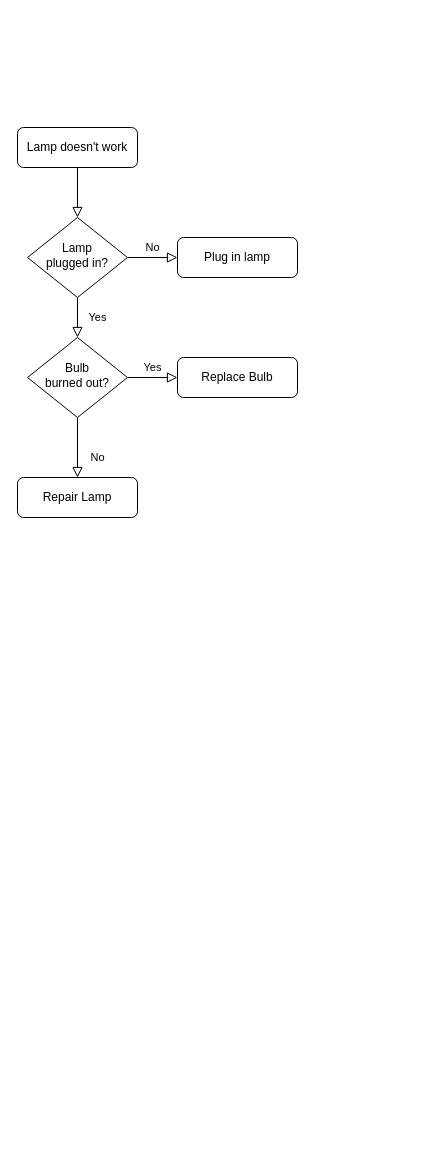
wi22215/Software-Engineering-Giesbrecht keeps this draw.io diagram as diagrams/AktivitätsUML.drawio. Above is the earlier version. Source tidied: cells renumbered, new cells numbered last; positions are measured from the earlier drawing's top-left corner, leaving out a move shared by most shapes. Both pictures are drawn from the tidied source at 100%, with x=0, y=0 at pixel (17, 127).
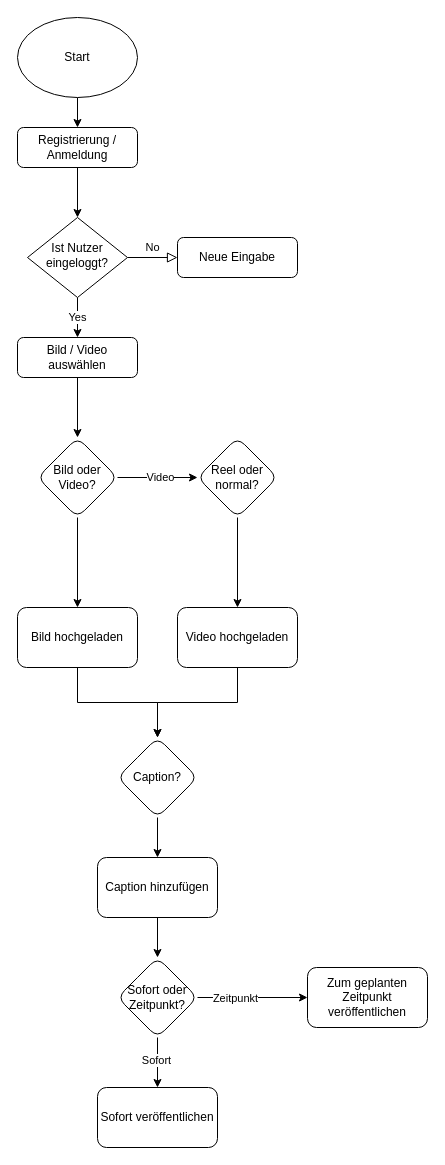
After the change.

What changed in the source:
```diff
@@
-    <mxCell id="2" style="rounded=0;html=1;jettySize=auto;fontSize=11;endArrow=block;endFill=0;endSize=8;strokeWidth=1;shadow=0;labelBackgroundColor=none;edgeStyle=orthogonalEdgeStyle;" parent="1" edge="1" source="3" target="6">
+    <mxCell id="2" style="edgeStyle=orthogonalEdgeStyle;rounded=0;jettySize=auto;html=1;" parent="1" edge="1" source="3" target="6">
       <mxGeometry relative="1" as="geometry" />
     </mxCell>
-    <mxCell id="3" value="Lamp doesn't work" style="rounded=1;whiteSpace=wrap;html=1;fontSize=12;glass=0;strokeWidth=1;shadow=0;" parent="1" vertex="1">
+    <mxCell id="3" value="Registrierung / Anmeldung" style="rounded=1;whiteSpace=wrap;html=1;fontSize=12;glass=0;strokeWidth=1;shadow=0;" parent="1" vertex="1">
       <mxGeometry width="120" height="40" as="geometry" />
     </mxCell>
-    <mxCell id="4" value="Yes" style="rounded=0;html=1;jettySize=auto;fontSize=11;endArrow=block;endFill=0;endSize=8;strokeWidth=1;shadow=0;labelBackgroundColor=none;edgeStyle=orthogonalEdgeStyle;" parent="1" edge="1" source="6" target="10">
-      <mxGeometry y="20" relative="1" as="geometry" />
-    </mxCell>
@@
+    <mxCell id="13" value="Yes" style="edgeStyle=orthogonalEdgeStyle;rounded=0;jettySize=auto;html=1;" parent="1" edge="1" source="6" target="12">
+      <mxGeometry relative="1" as="geometry" />
+    </mxCell>
-    <mxCell id="6" value="Lamp&lt;br&gt;plugged in?" style="rhombus;whiteSpace=wrap;html=1;shadow=0;fontFamily=Helvetica;fontSize=12;align=center;strokeWidth=1;spacing=6;spacingTop=-4;" parent="1" vertex="1">
+    <mxCell id="6" value="Ist Nutzer eingeloggt?" style="rhombus;whiteSpace=wrap;html=1;shadow=0;fontFamily=Helvetica;fontSize=12;align=center;strokeWidth=1;spacing=6;spacingTop=-4;" parent="1" vertex="1">
       <mxGeometry x="10" y="90" width="100" height="80" as="geometry" />
     </mxCell>
-    <mxCell id="7" value="Plug in lamp" style="rounded=1;whiteSpace=wrap;html=1;fontSize=12;glass=0;strokeWidth=1;shadow=0;" parent="1" vertex="1">
+    <mxCell id="7" value="Neue Eingabe" style="rounded=1;whiteSpace=wrap;html=1;fontSize=12;glass=0;strokeWidth=1;shadow=0;" parent="1" vertex="1">
       <mxGeometry x="160" y="110" width="120" height="40" as="geometry" />
     </mxCell>
-    <mxCell id="8" value="No" style="rounded=0;html=1;jettySize=auto;fontSize=11;endArrow=block;endFill=0;endSize=8;strokeWidth=1;shadow=0;labelBackgroundColor=none;edgeStyle=orthogonalEdgeStyle;" parent="1" edge="1" source="10" target="11">
-      <mxGeometry x="0.33" y="20" relative="1" as="geometry" />
-    </mxCell>
-    <mxCell id="9" value="Yes" style="edgeStyle=orthogonalEdgeStyle;rounded=0;html=1;jettySize=auto;fontSize=11;endArrow=block;endFill=0;endSize=8;strokeWidth=1;shadow=0;labelBackgroundColor=none;" parent="1" edge="1" source="10" target="12">
-      <mxGeometry y="10" relative="1" as="geometry" />
-    </mxCell>
-    <mxCell id="10" value="Bulb&lt;br&gt;burned out?" style="rhombus;whiteSpace=wrap;html=1;shadow=0;fontFamily=Helvetica;fontSize=12;align=center;strokeWidth=1;spacing=6;spacingTop=-4;" parent="1" vertex="1">
-      <mxGeometry x="10" y="210" width="100" height="80" as="geometry" />
-    </mxCell>
-    <mxCell id="11" value="Repair Lamp" style="rounded=1;whiteSpace=wrap;html=1;fontSize=12;glass=0;strokeWidth=1;shadow=0;" parent="1" vertex="1">
-      <mxGeometry y="350" width="120" height="40" as="geometry" />
-    </mxCell>
+    <mxCell id="14" style="edgeStyle=orthogonalEdgeStyle;rounded=0;jettySize=auto;html=1;" parent="1" edge="1" source="12" target="20">
+      <mxGeometry relative="1" as="geometry" />
+    </mxCell>
-    <mxCell id="12" value="Replace Bulb" style="rounded=1;whiteSpace=wrap;html=1;fontSize=12;glass=0;strokeWidth=1;shadow=0;" parent="1" vertex="1">
-      <mxGeometry x="160" y="230" width="120" height="40" as="geometry" />
+    <mxCell id="12" value="Bild / Video auswählen" style="rounded=1;whiteSpace=wrap;html=1;fontSize=12;glass=0;strokeWidth=1;shadow=0;" parent="1" vertex="1">
+      <mxGeometry y="210" width="120" height="40" as="geometry" />
     </mxCell>
+    <mxCell id="15" style="edgeStyle=orthogonalEdgeStyle;rounded=0;jettySize=auto;html=1;" parent="1" edge="1" source="16" target="3">
+      <mxGeometry relative="1" as="geometry" />
+    </mxCell>
+    <mxCell id="16" value="Start" style="ellipse;whiteSpace=wrap;html=1;" parent="1" vertex="1">
+      <mxGeometry y="-110" width="120" height="80" as="geometry" />
+    </mxCell>
+    <mxCell id="17" style="edgeStyle=orthogonalEdgeStyle;rounded=0;jettySize=auto;html=1;" parent="1" edge="1" source="20" target="22">
+      <mxGeometry relative="1" as="geometry" />
+    </mxCell>
+    <mxCell id="18" value="Video" style="edgeLabel;html=1;align=center;verticalAlign=middle;" parent="17" vertex="1">
+      <mxGeometry x="0.05" y="1" relative="1" as="geometry" />
+    </mxCell>
+    <mxCell id="19" style="edgeStyle=orthogonalEdgeStyle;rounded=0;jettySize=auto;html=1;" parent="1" edge="1" source="20" target="24">
+      <mxGeometry relative="1" as="geometry" />
+    </mxCell>
+    <mxCell id="20" value="Bild oder Video?" style="rhombus;whiteSpace=wrap;html=1;rounded=1;glass=0;strokeWidth=1;shadow=0;" parent="1" vertex="1">
+      <mxGeometry x="20" y="310" width="80" height="80" as="geometry" />
+    </mxCell>
+    <mxCell id="21" style="edgeStyle=orthogonalEdgeStyle;rounded=0;jettySize=auto;html=1;" parent="1" edge="1" source="22" target="26">
+      <mxGeometry relative="1" as="geometry" />
+    </mxCell>
+    <mxCell id="22" value="Reel oder normal?" style="rhombus;whiteSpace=wrap;html=1;rounded=1;glass=0;strokeWidth=1;shadow=0;" parent="1" vertex="1">
+      <mxGeometry x="180" y="310" width="80" height="80" as="geometry" />
+    </mxCell>
+    <mxCell id="23" style="edgeStyle=orthogonalEdgeStyle;rounded=0;jettySize=auto;html=1;" parent="1" edge="1" source="24" target="35">
+      <mxGeometry relative="1" as="geometry" />
+    </mxCell>
+    <mxCell id="24" value="Bild hochgeladen" style="whiteSpace=wrap;html=1;rounded=1;glass=0;strokeWidth=1;shadow=0;" parent="1" vertex="1">
+      <mxGeometry y="480" width="120" height="60" as="geometry" />
+    </mxCell>
+    <mxCell id="25" style="edgeStyle=orthogonalEdgeStyle;rounded=0;jettySize=auto;html=1;entryX=0.5;entryY=0;entryDx=0;entryDy=0;" parent="1" edge="1" source="26" target="35">
+      <mxGeometry relative="1" as="geometry" />
+    </mxCell>
+    <mxCell id="26" value="Video hochgeladen" style="whiteSpace=wrap;html=1;rounded=1;glass=0;strokeWidth=1;shadow=0;" parent="1" vertex="1">
+      <mxGeometry x="160" y="480" width="120" height="60" as="geometry" />
+    </mxCell>
+    <mxCell id="27" style="edgeStyle=orthogonalEdgeStyle;rounded=0;jettySize=auto;html=1;" parent="1" edge="1" source="31" target="32">
+      <mxGeometry relative="1" as="geometry" />
+    </mxCell>
+    <mxCell id="28" value="Sofort" style="edgeLabel;html=1;align=center;verticalAlign=middle;" parent="27" vertex="1">
+      <mxGeometry x="-0.14" y="-2" relative="1" as="geometry" />
+    </mxCell>
+    <mxCell id="29" style="edgeStyle=orthogonalEdgeStyle;rounded=0;jettySize=auto;html=1;" parent="1" edge="1" source="31" target="33">
+      <mxGeometry relative="1" as="geometry" />
+    </mxCell>
+    <mxCell id="30" value="Zeitpunkt" style="edgeLabel;html=1;align=center;verticalAlign=middle;" parent="29" vertex="1">
+      <mxGeometry x="-0.33" relative="1" as="geometry" />
+    </mxCell>
+    <mxCell id="31" value="Sofort oder Zeitpunkt?" style="rhombus;whiteSpace=wrap;html=1;rounded=1;glass=0;strokeWidth=1;shadow=0;" parent="1" vertex="1">
+      <mxGeometry x="100" y="830" width="80" height="80" as="geometry" />
+    </mxCell>
+    <mxCell id="32" value="Sofort veröffentlichen" style="whiteSpace=wrap;html=1;rounded=1;glass=0;strokeWidth=1;shadow=0;" parent="1" vertex="1">
+      <mxGeometry x="80" y="960" width="120" height="60" as="geometry" />
+    </mxCell>
+    <mxCell id="33" value="Zum geplanten Zeitpunkt veröffentlichen" style="whiteSpace=wrap;html=1;rounded=1;glass=0;strokeWidth=1;shadow=0;" parent="1" vertex="1">
+      <mxGeometry x="290" y="840" width="120" height="60" as="geometry" />
+    </mxCell>
+    <mxCell id="34" style="edgeStyle=orthogonalEdgeStyle;rounded=0;jettySize=auto;html=1;" parent="1" edge="1" source="35" target="37">
+      <mxGeometry relative="1" as="geometry" />
+    </mxCell>
+    <mxCell id="35" value="Caption?" style="rhombus;whiteSpace=wrap;html=1;rounded=1;glass=0;strokeWidth=1;shadow=0;" parent="1" vertex="1">
+      <mxGeometry x="100" y="610" width="80" height="80" as="geometry" />
+    </mxCell>
+    <mxCell id="36" style="edgeStyle=orthogonalEdgeStyle;rounded=0;jettySize=auto;html=1;entryX=0.5;entryY=0;entryDx=0;entryDy=0;" parent="1" edge="1" source="37" target="31">
+      <mxGeometry relative="1" as="geometry" />
+    </mxCell>
+    <mxCell id="37" value="Caption hinzufügen" style="whiteSpace=wrap;html=1;rounded=1;glass=0;strokeWidth=1;shadow=0;" parent="1" vertex="1">
+      <mxGeometry x="80" y="730" width="120" height="60" as="geometry" />
+    </mxCell>
```
